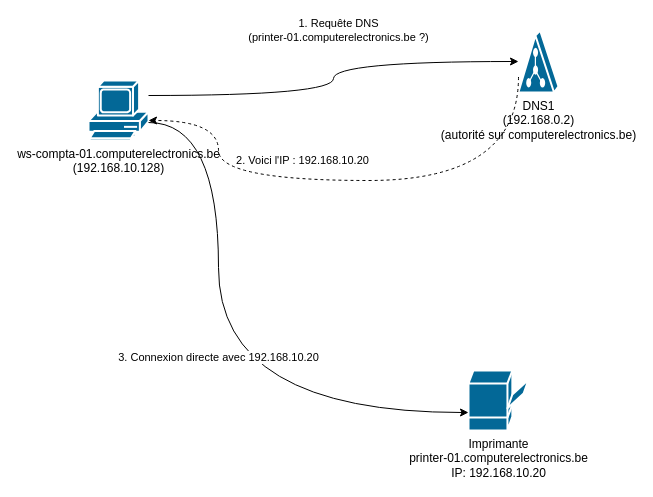
Before: diagrams/dns_resolution_printer.drawio in choquitofrito/ActiveDirectory, a draw.io diagram. Source tidied: cells renumbered, new cells numbered last; positions are measured from the earlier drawing's top-left corner, leaving out a move shared by most shapes. Both pictures are drawn from the tidied source at 100%, with x=0, y=0 at pixel (88, 30).
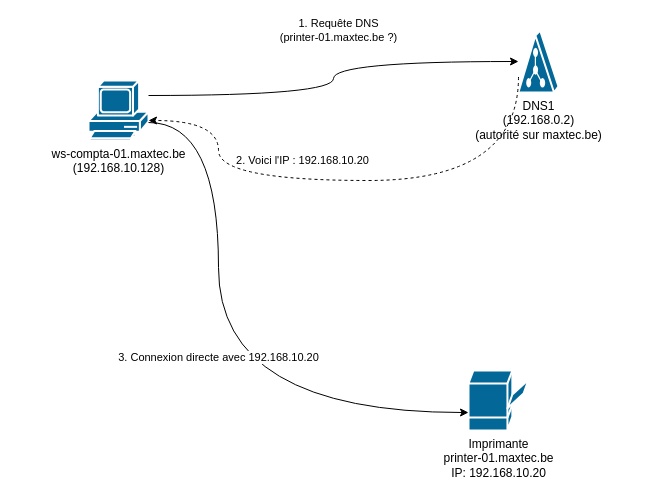
The same page after the edit.

What changed in the source:
```diff
@@
 <mxGraphModel>
   <root>
     <mxCell id="0" />
     <mxCell id="1" parent="0" />
-    <mxCell id="2" value="ws-compta-01.computerelectronics.be&#10;(192.168.10.128)" style="shape=mxgraph.cisco.computers_and_peripherals.pc;html=1;dashed=0;fillColor=#036897;strokeColor=#ffffff;strokeWidth=2;verticalLabelPosition=bottom;verticalAlign=top;align=center;outlineConnect=0;" parent="1" vertex="1">
+    <mxCell id="2" value="ws-compta-01.maxtec.be&#10;(192.168.10.128)" style="shape=mxgraph.cisco.computers_and_peripherals.pc;html=1;dashed=0;fillColor=#036897;strokeColor=#ffffff;strokeWidth=2;verticalLabelPosition=bottom;verticalAlign=top;align=center;outlineConnect=0;" parent="1" vertex="1">
       <mxGeometry y="50" width="60" height="60" as="geometry" />
     </mxCell>
-    <mxCell id="3" value="DNS1&#10;(192.168.0.2)&#10;(autorité sur computerelectronics.be)" style="shape=mxgraph.cisco.servers.directory_server;html=1;dashed=0;fillColor=#036897;strokeColor=#ffffff;strokeWidth=2;verticalLabelPosition=bottom;verticalAlign=top;align=center;outlineConnect=0;" parent="1" vertex="1">
+    <mxCell id="3" value="DNS1&#10;(192.168.0.2)&#10;(autorité sur maxtec.be)" style="shape=mxgraph.cisco.servers.directory_server;html=1;dashed=0;fillColor=#036897;strokeColor=#ffffff;strokeWidth=2;verticalLabelPosition=bottom;verticalAlign=top;align=center;outlineConnect=0;" parent="1" vertex="1">
       <mxGeometry x="430" width="40" height="62" as="geometry" />
     </mxCell>
-    <mxCell id="4" value="Imprimante&#10;printer-01.computerelectronics.be&#10;IP: 192.168.10.20" style="shape=mxgraph.cisco.computers_and_peripherals.printer;html=1;dashed=0;fillColor=#036897;strokeColor=#ffffff;strokeWidth=2;verticalLabelPosition=bottom;verticalAlign=top;align=center;outlineConnect=0;" parent="1" vertex="1">
+    <mxCell id="4" value="Imprimante&#10;printer-01.maxtec.be&#10;IP: 192.168.10.20" style="shape=mxgraph.cisco.computers_and_peripherals.printer;html=1;dashed=0;fillColor=#036897;strokeColor=#ffffff;strokeWidth=2;verticalLabelPosition=bottom;verticalAlign=top;align=center;outlineConnect=0;" parent="1" vertex="1">
       <mxGeometry x="380" y="340" width="60" height="60" as="geometry" />
     </mxCell>
-    <mxCell id="5" value="1. Requête DNS&#10;(printer-01.computerelectronics.be ?)" style="edgeStyle=orthogonalEdgeStyle;rounded=0;jettySize=auto;html=1;exitX=1;exitY=0.25;entryX=0;entryY=0.5;curved=1;" parent="1" edge="1" source="2" target="3">
+    <mxCell id="5" value="1. Requête DNS&#10;(printer-01.maxtec.be ?)" style="edgeStyle=orthogonalEdgeStyle;rounded=0;jettySize=auto;html=1;exitX=1;exitY=0.25;entryX=0;entryY=0.5;curved=1;" parent="1" edge="1" source="2" target="3">
       <mxGeometry x="0.11" y="31" relative="1" as="geometry" />
     </mxCell>
     <mxCell id="6" value="2. Voici l'IP : 192.168.10.20" style="edgeStyle=orthogonalEdgeStyle;rounded=0;jettySize=auto;html=1;exitX=0;exitY=0.75;dashed=1;curved=1;" parent="1" edge="1" source="3" target="2">
       <mxGeometry x="0.2" y="-20" relative="1" as="geometry">
         <Array as="points">
           <mxPoint x="430" y="150" />
           <mxPoint x="130" y="150" />
           <mxPoint x="130" y="90" />
         </Array>
       </mxGeometry>
     </mxCell>
     <mxCell id="7" value="3. Connexion directe avec 192.168.10.20" style="edgeStyle=orthogonalEdgeStyle;rounded=0;jettySize=auto;html=1;exitX=1;exitY=0.7;entryX=0;entryY=0.7;curved=1;" parent="1" edge="1" source="2" target="4">
       <mxGeometry relative="1" as="geometry">
         <Array as="points">
           <mxPoint x="130" y="92" />
           <mxPoint x="130" y="382" />
         </Array>
       </mxGeometry>
     </mxCell>
   </root>
 </mxGraphModel>
```
